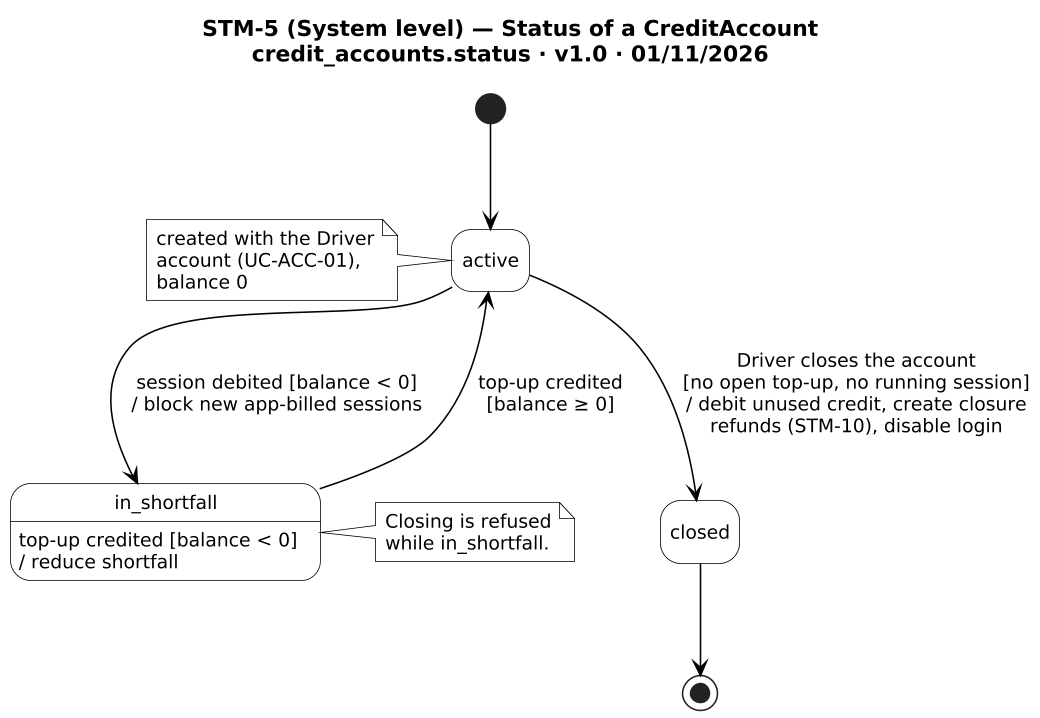
The PlantUML diagram diagrams/report4/state/STM-5/STM-5.png in PowerMeApp/powerme, before a commit. The source it was exported from:
```plantuml
@startuml STM-5
!include _style.iuml
title STM-5 (System level) — Status of a CreditAccount\ncredit_accounts.status · v1.0 · 01/11/2026

[*] --> active
note left of active
  created with the Driver
  account (UC-ACC-01),
  balance 0
end note
active --> in_shortfall : session debited [balance < 0]\n/ block new app-billed sessions
in_shortfall : top-up credited [balance < 0]\n/ reduce shortfall
in_shortfall --> active : top-up credited\n[balance ≥ 0]
active --> closed : Driver closes the account\n[no open top-up, no running session]\n/ debit unused credit, create closure\nrefunds (STM-10), disable login
closed --> [*]
note right of in_shortfall
  Closing is refused
  while in_shortfall.
end note
@enduml
```
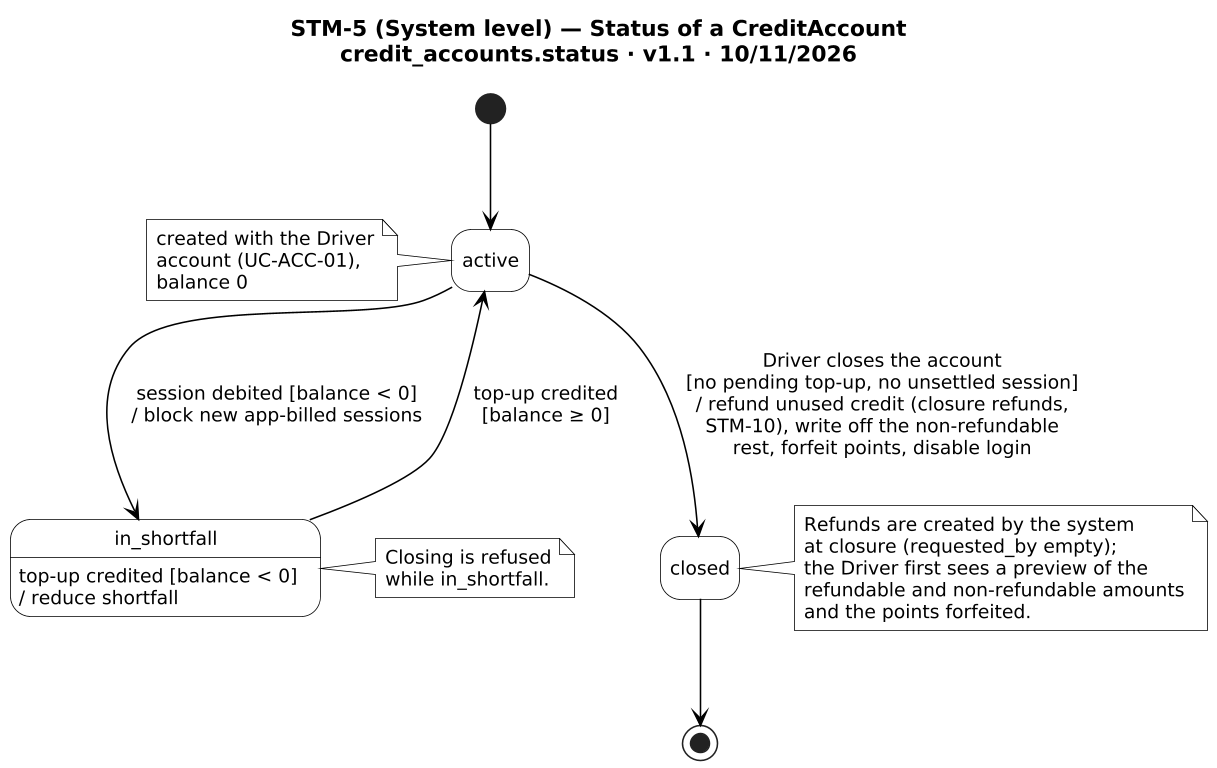
Above is the later version.

The edit, as a diff of the source:
```diff
@@ -1,6 +1,6 @@
 @startuml STM-5
 !include _style.iuml
-title STM-5 (System level) — Status of a CreditAccount\ncredit_accounts.status · v1.0 · 01/11/2026
+title STM-5 (System level) — Status of a CreditAccount\ncredit_accounts.status · v1.1 · 10/11/2026
 
 [*] --> active
 note left of active
@@ -11,10 +11,17 @@
 active --> in_shortfall : session debited [balance < 0]\n/ block new app-billed sessions
 in_shortfall : top-up credited [balance < 0]\n/ reduce shortfall
 in_shortfall --> active : top-up credited\n[balance ≥ 0]
-active --> closed : Driver closes the account\n[no open top-up, no running session]\n/ debit unused credit, create closure\nrefunds (STM-10), disable login
+active --> closed : Driver closes the account\n[no pending top-up, no unsettled session]\n/ refund unused credit (closure refunds,\nSTM-10), write off the non-refundable\nrest, forfeit points, disable login
 closed --> [*]
 note right of in_shortfall
   Closing is refused
   while in_shortfall.
 end note
+note right of closed
+  Refunds are created by the system
+  at closure (requested_by empty);
+  the Driver first sees a preview of the
+  refundable and non-refundable amounts
+  and the points forfeited.
+end note
 @enduml
```
